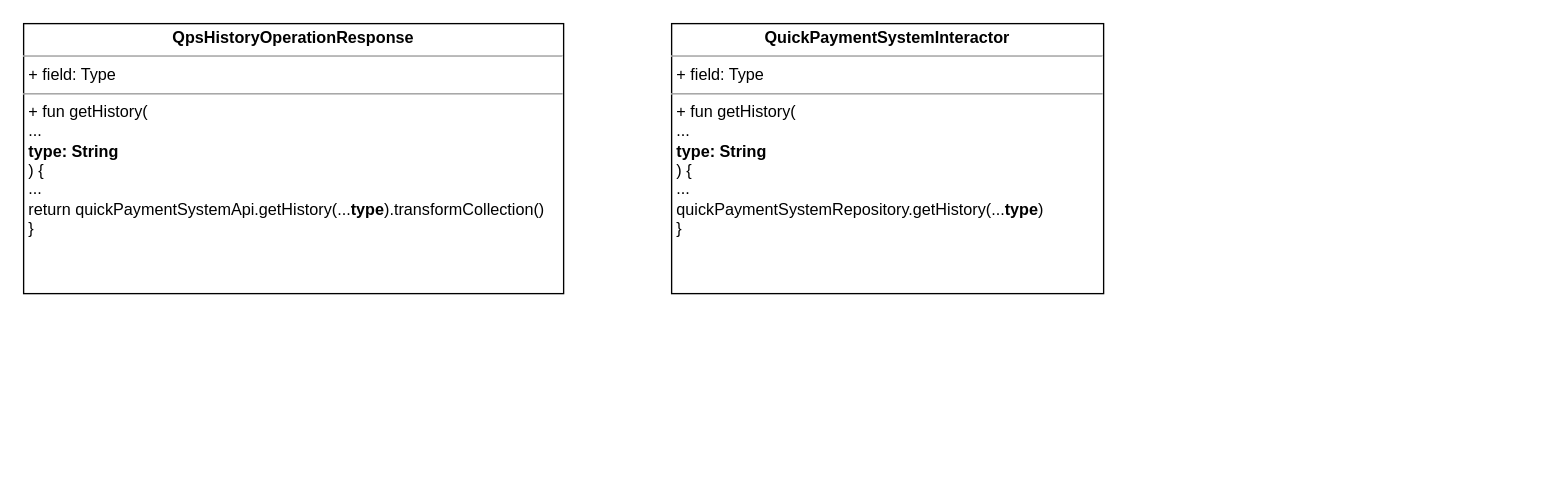
Before: UNI-14929.drawio in ShiryaevNikolay/diagrams, a draw.io diagram. Source tidied: cells renumbered, new cells numbered last; positions are measured from the earlier drawing's top-left corner, leaving out a move shared by most shapes. Both pictures are drawn from the tidied source at 135%, with x=0, y=0 at pixel (23, 23).
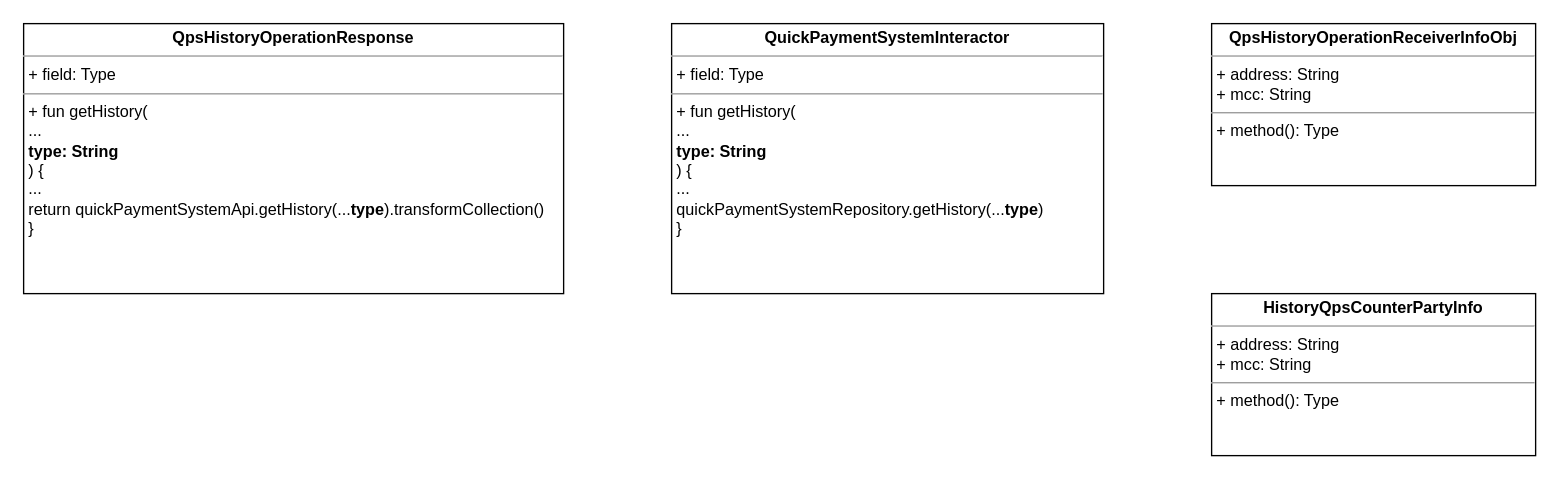
After the change.

Change to the diagram source:
```diff
@@
 <mxGraphModel>
   <root>
     <mxCell id="0" />
     <mxCell id="1" parent="0" />
     <mxCell id="2" value="&lt;p style=&quot;margin: 0px ; margin-top: 4px ; text-align: center&quot;&gt;&lt;b&gt;QpsHistoryOperationResponse&lt;/b&gt;&lt;/p&gt;&lt;hr size=&quot;1&quot;&gt;&lt;p style=&quot;margin: 0px ; margin-left: 4px&quot;&gt;+ field: Type&lt;/p&gt;&lt;hr size=&quot;1&quot;&gt;&lt;p style=&quot;margin: 0px ; margin-left: 4px&quot;&gt;+ fun getHistory(&lt;/p&gt;&lt;p style=&quot;margin: 0px ; margin-left: 4px&quot;&gt;...&lt;/p&gt;&lt;p style=&quot;margin: 0px ; margin-left: 4px&quot;&gt;&lt;b&gt;type: String&lt;/b&gt;&lt;br&gt;&lt;/p&gt;&lt;p style=&quot;margin: 0px ; margin-left: 4px&quot;&gt;) {&lt;/p&gt;&lt;p style=&quot;margin: 0px ; margin-left: 4px&quot;&gt;...&lt;/p&gt;&lt;p style=&quot;margin: 0px ; margin-left: 4px&quot;&gt;return quickPaymentSystemApi.getHistory(...&lt;b&gt;type&lt;/b&gt;).transformCollection()&lt;br&gt;&lt;/p&gt;&lt;p style=&quot;margin: 0px ; margin-left: 4px&quot;&gt;}&lt;br&gt;&lt;/p&gt;" style="verticalAlign=top;align=left;overflow=fill;fontSize=12;fontFamily=Helvetica;html=1;" parent="1" vertex="1">
       <mxGeometry width="400" height="200" as="geometry" />
     </mxCell>
     <mxCell id="3" value="&lt;p style=&quot;margin: 0px ; margin-top: 4px ; text-align: center&quot;&gt;&lt;b&gt;QuickPaymentSystemInteractor&lt;/b&gt;&lt;/p&gt;&lt;hr size=&quot;1&quot;&gt;&lt;p style=&quot;margin: 0px ; margin-left: 4px&quot;&gt;+ field: Type&lt;/p&gt;&lt;hr size=&quot;1&quot;&gt;&lt;p style=&quot;margin: 0px ; margin-left: 4px&quot;&gt;+ fun getHistory(&lt;/p&gt;&lt;p style=&quot;margin: 0px ; margin-left: 4px&quot;&gt;...&lt;/p&gt;&lt;p style=&quot;margin: 0px ; margin-left: 4px&quot;&gt;&lt;b&gt;type: String&lt;/b&gt;&lt;br&gt;&lt;/p&gt;&lt;p style=&quot;margin: 0px ; margin-left: 4px&quot;&gt;) {&lt;/p&gt;&lt;p style=&quot;margin: 0px ; margin-left: 4px&quot;&gt;...&lt;/p&gt;&lt;p style=&quot;margin: 0px ; margin-left: 4px&quot;&gt;quickPaymentSystemRepository.getHistory(...&lt;b&gt;type&lt;/b&gt;)&lt;br&gt;&lt;/p&gt;&lt;p style=&quot;margin: 0px ; margin-left: 4px&quot;&gt;}&lt;br&gt;&lt;/p&gt;" style="verticalAlign=top;align=left;overflow=fill;fontSize=12;fontFamily=Helvetica;html=1;" parent="1" vertex="1">
       <mxGeometry x="480" width="320" height="200" as="geometry" />
     </mxCell>
+    <mxCell id="4" value="&lt;p style=&quot;margin: 0px ; margin-top: 4px ; text-align: center&quot;&gt;&lt;b&gt;QpsHistoryOperationReceiverInfoObj&lt;/b&gt;&lt;/p&gt;&lt;hr size=&quot;1&quot;&gt;&lt;p style=&quot;margin: 0px ; margin-left: 4px&quot;&gt;+ address: String&lt;/p&gt;&lt;p style=&quot;margin: 0px ; margin-left: 4px&quot;&gt;+ mcc: String&lt;/p&gt;&lt;hr size=&quot;1&quot;&gt;&lt;p style=&quot;margin: 0px ; margin-left: 4px&quot;&gt;+ method(): Type&lt;/p&gt;" style="verticalAlign=top;align=left;overflow=fill;fontSize=12;fontFamily=Helvetica;html=1;" parent="1" vertex="1">
+      <mxGeometry x="880" width="240" height="120" as="geometry" />
+    </mxCell>
+    <mxCell id="5" value="&lt;p style=&quot;margin: 0px ; margin-top: 4px ; text-align: center&quot;&gt;&lt;b&gt;HistoryQpsCounterPartyInfo&lt;/b&gt;&lt;/p&gt;&lt;hr size=&quot;1&quot;&gt;&lt;p style=&quot;margin: 0px ; margin-left: 4px&quot;&gt;+ address: String&lt;br&gt;+ mcc: String&lt;/p&gt;&lt;hr size=&quot;1&quot;&gt;&lt;p style=&quot;margin: 0px ; margin-left: 4px&quot;&gt;+ method(): Type&lt;/p&gt;" style="verticalAlign=top;align=left;overflow=fill;fontSize=12;fontFamily=Helvetica;html=1;" parent="1" vertex="1">
+      <mxGeometry x="880" y="200" width="240" height="120" as="geometry" />
+    </mxCell>
   </root>
 </mxGraphModel>
```
